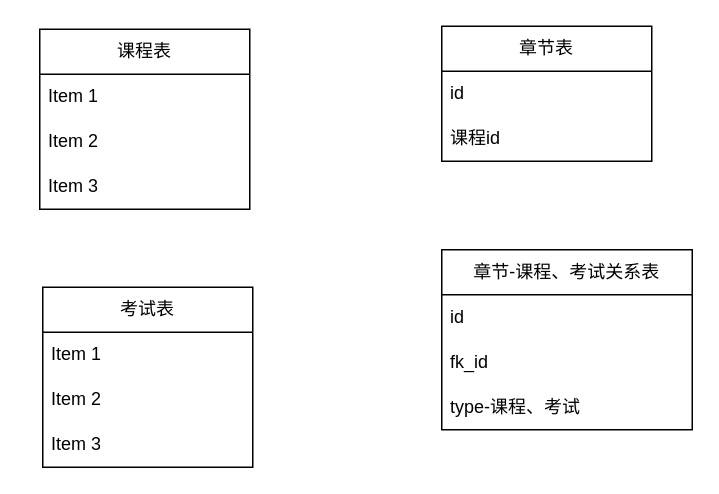
This is 尚学堂-知识库设计.drawio from ammengke/my-drawio, a draw.io file, before an edit. Source tidied: cells renumbered, new cells numbered last; positions are measured from the earlier drawing's top-left corner, leaving out a move shared by most shapes. Both pictures are drawn from the tidied source at 150%, with x=0, y=0 at pixel (39, 26).
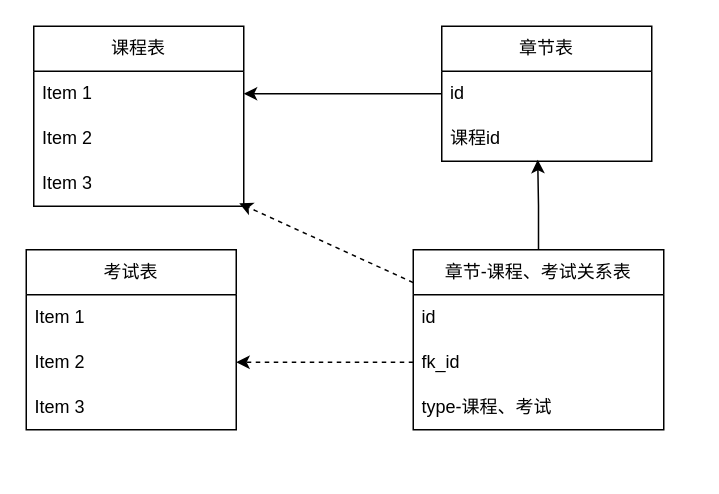
Above is the later version.

Commit message (it also covers changes not shown here):
更新尚学堂-知识库设计.drawio

The change refers to these unchanged cells:
```xml
<mxCell id="3" value="Item 1" style="text;strokeColor=none;fillColor=none;align=left;verticalAlign=middle;spacingLeft=4;spacingRight=4;overflow=hidden;points=[[0,0.5],[1,0.5]];portConstraint=eastwest;whiteSpace=wrap;html=1;" parent="2" vertex="1">
  <mxGeometry y="30" width="140" height="30" as="geometry" />
</mxCell>
<mxCell id="8" value="fk_id" style="text;strokeColor=none;fillColor=none;align=left;verticalAlign=middle;spacingLeft=4;spacingRight=4;overflow=hidden;points=[[0,0.5],[1,0.5]];portConstraint=eastwest;whiteSpace=wrap;html=1;" parent="6" vertex="1">
  <mxGeometry y="60" width="167" height="30" as="geometry" />
</mxCell>
<mxCell id="12" value="Item 2" style="text;strokeColor=none;fillColor=none;align=left;verticalAlign=middle;spacingLeft=4;spacingRight=4;overflow=hidden;points=[[0,0.5],[1,0.5]];portConstraint=eastwest;whiteSpace=wrap;html=1;" parent="10" vertex="1">
  <mxGeometry y="60" width="140" height="30" as="geometry" />
</mxCell>
<mxCell id="14" value="章节表" style="swimlane;fontStyle=0;horizontal=1;startSize=30;whiteSpace=wrap;html=1;" parent="1" vertex="1">
  <mxGeometry x="268" width="140" height="90" as="geometry" />
</mxCell>
<mxCell id="16" value="课程id" style="text;strokeColor=none;fillColor=none;align=left;verticalAlign=middle;spacingLeft=4;spacingRight=4;overflow=hidden;points=[[0,0.5],[1,0.5]];portConstraint=eastwest;whiteSpace=wrap;html=1;" parent="14" vertex="1">
  <mxGeometry y="60" width="140" height="30" as="geometry" />
</mxCell>
```

Diff of the diagram source:
```diff
@@
     <mxCell id="2" value="课程表" style="swimlane;fontStyle=0;horizontal=1;startSize=30;whiteSpace=wrap;html=1;" parent="1" vertex="1">
-      <mxGeometry y="2" width="140" height="120" as="geometry" />
+      <mxGeometry x="-4" width="140" height="120" as="geometry" />
     </mxCell>
@@
+    <mxCell id="17" style="edgeStyle=orthogonalEdgeStyle;rounded=0;jettySize=auto;html=1;entryX=0.457;entryY=0.967;entryDx=0;entryDy=0;entryPerimeter=0;" parent="1" edge="1" source="6" target="16">
+      <mxGeometry relative="1" as="geometry" />
+    </mxCell>
+    <mxCell id="18" style="rounded=0;jettySize=auto;html=1;dashed=1;" parent="1" edge="1" source="6">
+      <mxGeometry relative="1" as="geometry">
+        <mxPoint x="133" y="118" as="targetPoint" />
+      </mxGeometry>
+    </mxCell>
     <mxCell id="6" value="章节-课程、考试关系表" style="swimlane;fontStyle=0;horizontal=1;startSize=30;whiteSpace=wrap;html=1;" parent="1" vertex="1">
-      <mxGeometry x="268" y="149" width="167" height="120" as="geometry" />
+      <mxGeometry x="249" y="149" width="167" height="120" as="geometry" />
     </mxCell>
@@
     <mxCell id="10" value="考试表" style="swimlane;fontStyle=0;horizontal=1;startSize=30;whiteSpace=wrap;html=1;" parent="1" vertex="1">
-      <mxGeometry x="2" y="174" width="140" height="120" as="geometry" />
+      <mxGeometry x="-9" y="149" width="140" height="120" as="geometry" />
     </mxCell>
@@
+    <mxCell id="19" style="edgeStyle=orthogonalEdgeStyle;rounded=0;jettySize=auto;html=1;" parent="1" edge="1" source="14" target="3">
+      <mxGeometry relative="1" as="geometry" />
+    </mxCell>
@@
+    <mxCell id="20" style="edgeStyle=orthogonalEdgeStyle;rounded=0;jettySize=auto;html=1;entryX=1;entryY=0.5;entryDx=0;entryDy=0;dashed=1;" parent="1" edge="1" source="8" target="12">
+      <mxGeometry relative="1" as="geometry" />
+    </mxCell>
```
